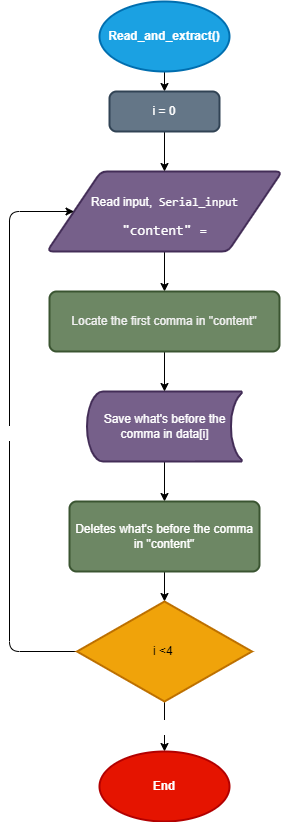
The draw.io diagram Flow charts/read_and_extract().png in Thibault-GILLARD/Blue_Robot_2022, before a commit. Source tidied: cells renumbered, new cells last; positions are measured from the earlier drawing's top-left corner, leaving out a move shared by most shapes. Its diagram source:
```xml
<mxGraphModel>
  <root>
    <mxCell id="0" />
    <mxCell id="1" parent="0" />
    <mxCell id="2" style="edgeStyle=none;html=1;exitX=0.5;exitY=1;exitDx=0;exitDy=0;exitPerimeter=0;entryX=0.5;entryY=0;entryDx=0;entryDy=0;fontSize=12;fontColor=#FFFFFF;" parent="1" edge="1" source="3" target="13">
      <mxGeometry relative="1" as="geometry" />
    </mxCell>
    <mxCell id="3" value="Read_and_extract()" style="strokeWidth=2;html=1;shape=mxgraph.flowchart.start_1;whiteSpace=wrap;fillColor=#1ba1e2;strokeColor=#006EAF;shadow=0;fontStyle=1;fontColor=#ffffff;" parent="1" vertex="1">
      <mxGeometry x="90" width="130" height="70" as="geometry" />
    </mxCell>
    <mxCell id="4" style="edgeStyle=none;html=1;exitX=0.5;exitY=1;exitDx=0;exitDy=0;entryX=0.5;entryY=0;entryDx=0;entryDy=0;fontSize=12;fontColor=#FFFFFF;" parent="1" edge="1" source="5" target="9">
      <mxGeometry relative="1" as="geometry" />
    </mxCell>
    <mxCell id="5" value="&lt;p&gt;Read input,&amp;nbsp;&amp;nbsp;&lt;span style=&quot;color: rgb(255 , 255 , 255) ; font-family: &amp;#34;consolas&amp;#34; , &amp;#34;courier new&amp;#34; , monospace&quot;&gt;Serial_input&lt;/span&gt;&lt;/p&gt;&lt;div style=&quot;font-family: &amp;#34;consolas&amp;#34; , &amp;#34;courier new&amp;#34; , monospace ; font-size: 14px ; line-height: 19px&quot;&gt;&lt;font color=&quot;#ffffff&quot;&gt;&quot;content&quot; =&lt;/font&gt;&lt;/div&gt;" style="shape=parallelogram;html=1;strokeWidth=2;perimeter=parallelogramPerimeter;whiteSpace=wrap;rounded=1;arcSize=12;size=0.23;fillColor=#76608a;fontColor=#ffffff;strokeColor=#432D57;" parent="1" vertex="1">
      <mxGeometry x="37.5" y="170" width="235" height="80" as="geometry" />
    </mxCell>
    <mxCell id="6" style="edgeStyle=none;html=1;exitX=0.5;exitY=1;exitDx=0;exitDy=0;exitPerimeter=0;entryX=0.5;entryY=0;entryDx=0;entryDy=0;fontSize=12;fontColor=#FFFFFF;" parent="1" edge="1" source="7" target="11">
      <mxGeometry relative="1" as="geometry" />
    </mxCell>
    <mxCell id="7" value="Save what's before the comma in data[i]" style="strokeWidth=2;html=1;shape=mxgraph.flowchart.stored_data;whiteSpace=wrap;labelBackgroundColor=none;fontSize=12;fontColor=#ffffff;fillColor=#76608a;strokeColor=#432D57;" parent="1" vertex="1">
      <mxGeometry x="77.5" y="390" width="155" height="70" as="geometry" />
    </mxCell>
    <mxCell id="8" style="edgeStyle=none;html=1;exitX=0.5;exitY=1;exitDx=0;exitDy=0;entryX=0.5;entryY=0;entryDx=0;entryDy=0;entryPerimeter=0;fontSize=12;fontColor=#FFFFFF;" parent="1" edge="1" source="9" target="7">
      <mxGeometry relative="1" as="geometry" />
    </mxCell>
    <mxCell id="9" value="&lt;span style=&quot;color: rgb(240 , 240 , 240)&quot;&gt;Locate the first comma in &quot;content&quot;&lt;/span&gt;" style="rounded=1;whiteSpace=wrap;html=1;absoluteArcSize=1;arcSize=14;strokeWidth=2;labelBackgroundColor=none;fontSize=12;fontColor=#ffffff;fillColor=#6d8764;strokeColor=#3A5431;" parent="1" vertex="1">
      <mxGeometry x="40" y="290" width="230" height="60" as="geometry" />
    </mxCell>
    <mxCell id="10" style="edgeStyle=none;html=1;exitX=0.5;exitY=1;exitDx=0;exitDy=0;entryX=0.5;entryY=0;entryDx=0;entryDy=0;entryPerimeter=0;fontSize=12;fontColor=#FFFFFF;" parent="1" edge="1" source="11" target="16">
      <mxGeometry relative="1" as="geometry" />
    </mxCell>
    <mxCell id="11" value="&lt;span&gt;Deletes what's before the comma in &quot;content&quot;&lt;/span&gt;" style="rounded=1;whiteSpace=wrap;html=1;absoluteArcSize=1;arcSize=14;strokeWidth=2;labelBackgroundColor=none;fontSize=12;fontColor=#ffffff;fillColor=#6d8764;strokeColor=#3A5431;" parent="1" vertex="1">
      <mxGeometry x="60" y="500" width="190" height="70" as="geometry" />
    </mxCell>
    <mxCell id="12" style="edgeStyle=none;html=1;exitX=0.5;exitY=1;exitDx=0;exitDy=0;entryX=0.5;entryY=0;entryDx=0;entryDy=0;fontSize=12;fontColor=#FFFFFF;" parent="1" edge="1" source="13" target="5">
      <mxGeometry relative="1" as="geometry" />
    </mxCell>
    <mxCell id="13" value="i = 0" style="rounded=1;whiteSpace=wrap;html=1;absoluteArcSize=1;arcSize=14;strokeWidth=2;labelBackgroundColor=none;fontSize=12;fontColor=#ffffff;fillColor=#647687;strokeColor=#314354;" parent="1" vertex="1">
      <mxGeometry x="100" y="90" width="110" height="40" as="geometry" />
    </mxCell>
    <mxCell id="14" value="yes" style="edgeStyle=none;html=1;entryX=0;entryY=0.5;entryDx=0;entryDy=0;fontSize=12;fontColor=#FFFFFF;exitX=0;exitY=0.5;exitDx=0;exitDy=0;exitPerimeter=0;" parent="1" edge="1" source="16" target="5">
      <mxGeometry relative="1" as="geometry">
        <Array as="points">
          <mxPoint y="650" />
          <mxPoint y="210" />
        </Array>
      </mxGeometry>
    </mxCell>
    <mxCell id="15" value="no" style="edgeStyle=none;html=1;exitX=0.5;exitY=1;exitDx=0;exitDy=0;exitPerimeter=0;entryX=0.5;entryY=0;entryDx=0;entryDy=0;entryPerimeter=0;fontSize=12;fontColor=#FFFFFF;" parent="1" edge="1" source="16" target="17">
      <mxGeometry relative="1" as="geometry" />
    </mxCell>
    <mxCell id="16" value="i &amp;lt;4&amp;nbsp;" style="strokeWidth=2;html=1;shape=mxgraph.flowchart.decision;whiteSpace=wrap;labelBackgroundColor=none;fontSize=12;fontColor=#000000;fillColor=#f0a30a;strokeColor=#BD7000;" parent="1" vertex="1">
      <mxGeometry x="67.5" y="600" width="175" height="100" as="geometry" />
    </mxCell>
    <mxCell id="17" value="End" style="strokeWidth=2;html=1;shape=mxgraph.flowchart.start_1;whiteSpace=wrap;fillColor=#e51400;strokeColor=#B20000;shadow=0;fontStyle=1;fontColor=#ffffff;" parent="1" vertex="1">
      <mxGeometry x="90" y="750" width="130" height="70" as="geometry" />
    </mxCell>
  </root>
</mxGraphModel>
```
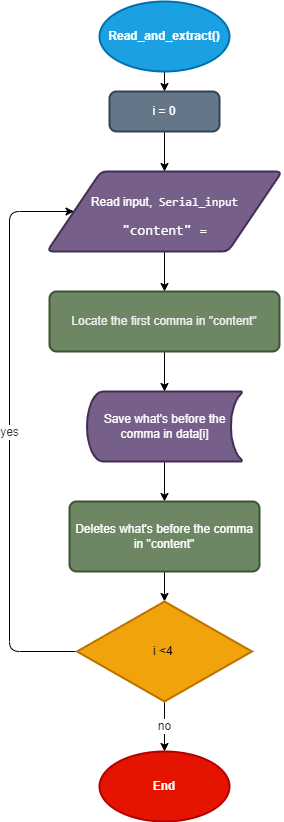
Above is the later version.

The edit, as a diff of the source:
```diff
@@ -38,7 +38,7 @@
     <mxCell id="13" value="i = 0" style="rounded=1;whiteSpace=wrap;html=1;absoluteArcSize=1;arcSize=14;strokeWidth=2;labelBackgroundColor=none;fontSize=12;fontColor=#ffffff;fillColor=#647687;strokeColor=#314354;" parent="1" vertex="1">
       <mxGeometry x="100" y="90" width="110" height="40" as="geometry" />
     </mxCell>
-    <mxCell id="14" value="yes" style="edgeStyle=none;html=1;entryX=0;entryY=0.5;entryDx=0;entryDy=0;fontSize=12;fontColor=#FFFFFF;exitX=0;exitY=0.5;exitDx=0;exitDy=0;exitPerimeter=0;" parent="1" edge="1" source="16" target="5">
+    <mxCell id="14" value="&lt;font color=&quot;#333333&quot;&gt;yes&lt;/font&gt;" style="edgeStyle=none;html=1;entryX=0;entryY=0.5;entryDx=0;entryDy=0;fontSize=12;fontColor=#FFFFFF;exitX=0;exitY=0.5;exitDx=0;exitDy=0;exitPerimeter=0;" parent="1" edge="1" source="16" target="5">
       <mxGeometry relative="1" as="geometry">
         <Array as="points">
           <mxPoint y="650" />
@@ -46,7 +46,7 @@
         </Array>
       </mxGeometry>
     </mxCell>
-    <mxCell id="15" value="no" style="edgeStyle=none;html=1;exitX=0.5;exitY=1;exitDx=0;exitDy=0;exitPerimeter=0;entryX=0.5;entryY=0;entryDx=0;entryDy=0;entryPerimeter=0;fontSize=12;fontColor=#FFFFFF;" parent="1" edge="1" source="16" target="17">
+    <mxCell id="15" value="&lt;font color=&quot;#333333&quot;&gt;no&lt;/font&gt;" style="edgeStyle=none;html=1;exitX=0.5;exitY=1;exitDx=0;exitDy=0;exitPerimeter=0;entryX=0.5;entryY=0;entryDx=0;entryDy=0;entryPerimeter=0;fontSize=12;fontColor=#FFFFFF;" parent="1" edge="1" source="16" target="17">
       <mxGeometry relative="1" as="geometry" />
     </mxCell>
     <mxCell id="16" value="i &amp;lt;4&amp;nbsp;" style="strokeWidth=2;html=1;shape=mxgraph.flowchart.decision;whiteSpace=wrap;labelBackgroundColor=none;fontSize=12;fontColor=#000000;fillColor=#f0a30a;strokeColor=#BD7000;" parent="1" vertex="1">
```
